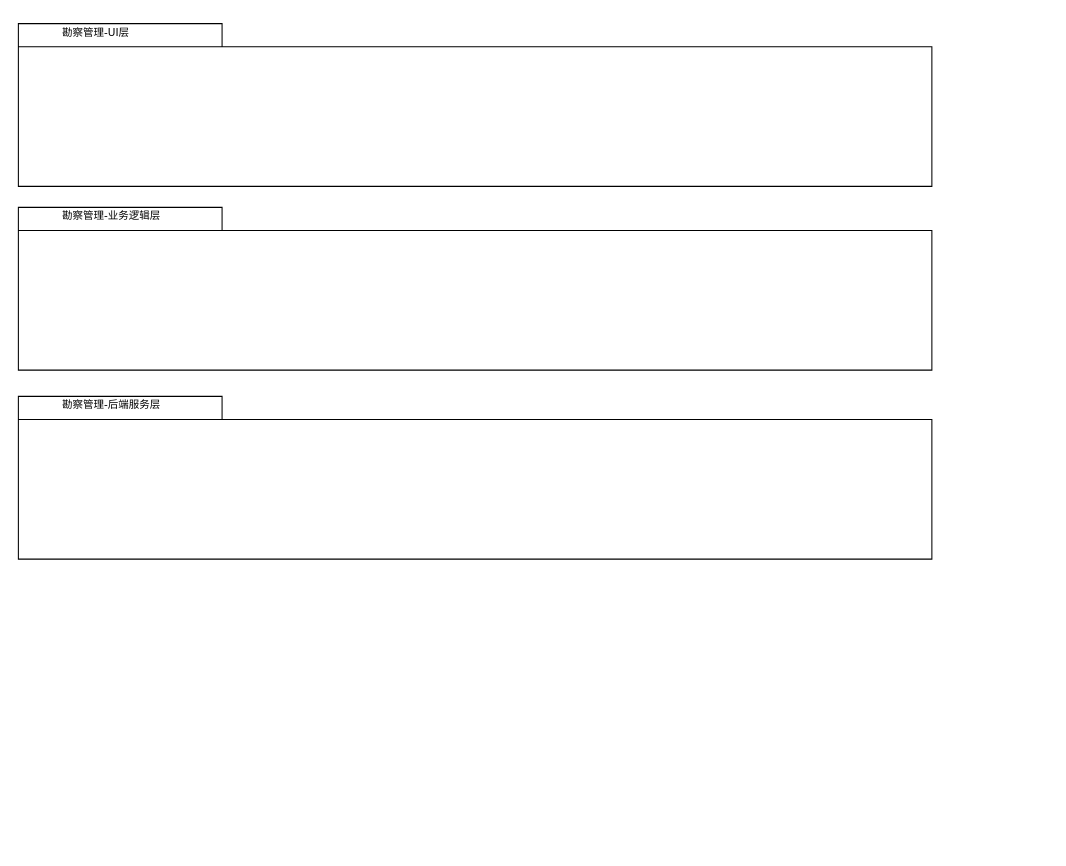
The draw.io diagram 勘察模块架构图.drawio in 2667014105/WaterVue, before the edit. Source tidied: cells renumbered, new cells numbered last; positions are measured from the earlier drawing's top-left corner, leaving out a move shared by most shapes. Both pictures are drawn from the tidied source at 105%, with x=0, y=0 at pixel (18, 23).
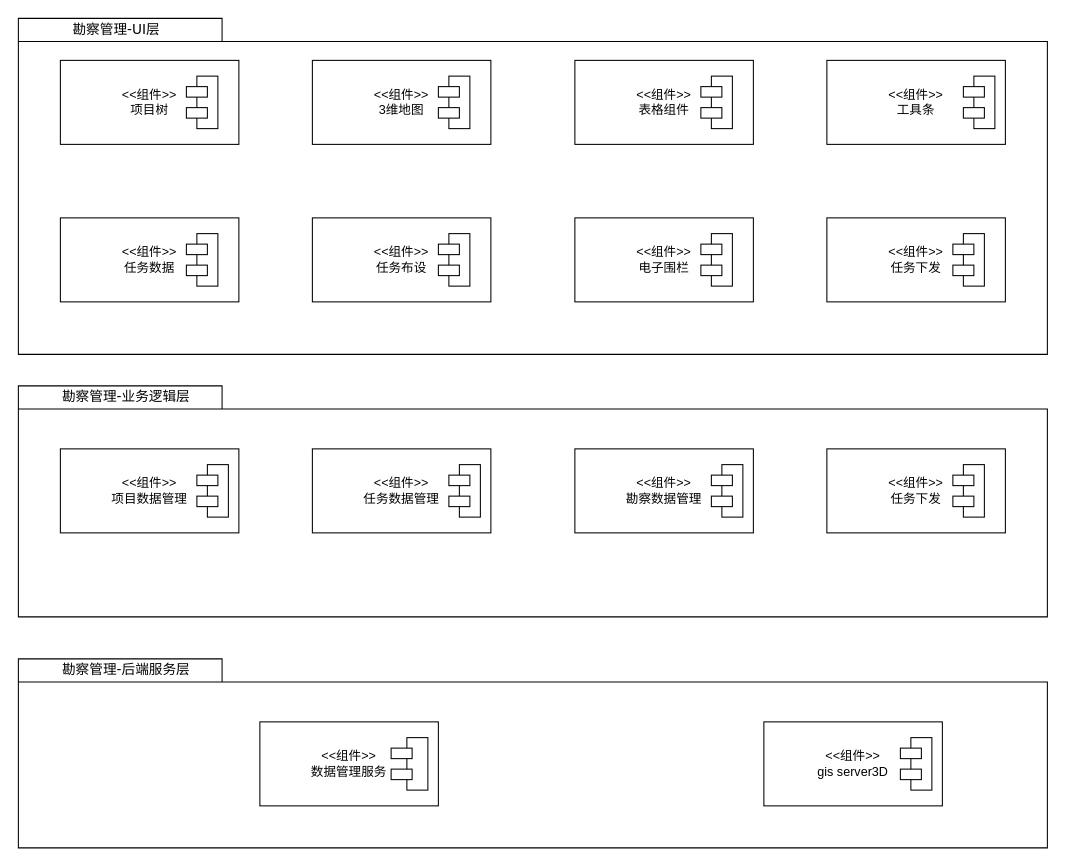
After the change.

Commit message:
更新勘察模块架构图.drawio

Change to the diagram source:
```diff
@@
-    <mxCell id="2" style="shape=folder;fontStyle=1;spacingTop=10;tabWidth=194;tabHeight=22;tabPosition=left;html=1;rounded=0;shadow=0;comic=0;labelBackgroundColor=none;strokeWidth=1;fillColor=none;fontFamily=Verdana;fontSize=10;align=center;" parent="1" vertex="1">
-      <mxGeometry width="870" height="155" as="geometry" />
+    <mxCell id="2" style="shape=folder;fontStyle=1;spacingTop=10;tabWidth=194;tabHeight=22;tabPosition=left;html=1;rounded=0;shadow=0;comic=0;labelBackgroundColor=none;strokeWidth=1;fillColor=none;fontFamily=Verdana;fontSize=10;align=center;perimeterSpacing=1;" parent="1" vertex="1">
+      <mxGeometry y="345" width="980" height="220" as="geometry" />
     </mxCell>
-    <mxCell id="3" value="勘察管理-UI层" style="text;html=1;align=left;verticalAlign=top;spacingTop=-4;fontSize=10;fontFamily=Verdana;" parent="1" vertex="1">
-      <mxGeometry x="40" width="130" height="20" as="geometry" />
+    <mxCell id="3" value="勘察管理-UI层" style="text;html=1;align=left;verticalAlign=top;spacingTop=-4;fontSize=13;fontFamily=Verdana;strokeWidth=3;" parent="1" vertex="1">
+      <mxGeometry x="50" y="-5" width="130" height="20" as="geometry" />
     </mxCell>
-    <mxCell id="4" style="shape=folder;fontStyle=1;spacingTop=10;tabWidth=194;tabHeight=22;tabPosition=left;html=1;rounded=0;shadow=0;comic=0;labelBackgroundColor=none;strokeWidth=1;fillColor=none;fontFamily=Verdana;fontSize=10;align=center;" parent="1" vertex="1">
-      <mxGeometry y="175" width="870" height="155" as="geometry" />
-    </mxCell>
-    <mxCell id="5" value="勘察管理-业务逻辑层" style="text;html=1;align=left;verticalAlign=top;spacingTop=-4;fontSize=10;fontFamily=Verdana;" parent="1" vertex="1">
-      <mxGeometry x="40" y="175" width="130" height="20" as="geometry" />
+    <mxCell id="5" value="勘察管理-业务逻辑层" style="text;html=1;align=left;verticalAlign=top;spacingTop=-4;fontSize=13;fontFamily=Verdana;" parent="1" vertex="1">
+      <mxGeometry x="40" y="345" width="130" height="20" as="geometry" />
     </mxCell>
-    <mxCell id="6" style="shape=folder;fontStyle=1;spacingTop=10;tabWidth=194;tabHeight=22;tabPosition=left;html=1;rounded=0;shadow=0;comic=0;labelBackgroundColor=none;strokeWidth=1;fillColor=none;fontFamily=Verdana;fontSize=10;align=center;" parent="1" vertex="1">
-      <mxGeometry y="355" width="870" height="155" as="geometry" />
-    </mxCell>
-    <mxCell id="7" value="勘察管理-后端服务层" style="text;html=1;align=left;verticalAlign=top;spacingTop=-4;fontSize=10;fontFamily=Verdana;" parent="1" vertex="1">
-      <mxGeometry x="40" y="355" width="130" height="20" as="geometry" />
+    <mxCell id="7" value="勘察管理-后端服务层" style="text;html=1;align=left;verticalAlign=top;spacingTop=-4;fontSize=13;fontFamily=Verdana;" parent="1" vertex="1">
+      <mxGeometry x="40" y="605" width="130" height="20" as="geometry" />
     </mxCell>
+    <mxCell id="8" value="&amp;lt;&amp;lt;组件&amp;gt;&amp;gt;&lt;div&gt;项目树&lt;/div&gt;" style="rounded=0;whiteSpace=wrap;html=1;" parent="1" vertex="1">
+      <mxGeometry x="40" y="35" width="170" height="80" as="geometry" />
+    </mxCell>
+    <mxCell id="9" style="rounded=0;whiteSpace=wrap;html=1;" parent="1" vertex="1">
+      <mxGeometry x="170" y="50" width="20" height="50" as="geometry" />
+    </mxCell>
+    <mxCell id="10" style="rounded=0;whiteSpace=wrap;html=1;" parent="1" vertex="1">
+      <mxGeometry x="160" y="60" width="20" height="10" as="geometry" />
+    </mxCell>
+    <mxCell id="11" style="rounded=0;whiteSpace=wrap;html=1;" parent="1" vertex="1">
+      <mxGeometry x="160" y="80" width="20" height="10" as="geometry" />
+    </mxCell>
+    <mxCell id="12" value="&amp;lt;&amp;lt;组件&amp;gt;&amp;gt;&lt;div&gt;3维地图&lt;/div&gt;" style="rounded=0;whiteSpace=wrap;html=1;" parent="1" vertex="1">
+      <mxGeometry x="280" y="35" width="170" height="80" as="geometry" />
+    </mxCell>
+    <mxCell id="13" style="rounded=0;whiteSpace=wrap;html=1;" parent="1" vertex="1">
+      <mxGeometry x="410" y="50" width="20" height="50" as="geometry" />
+    </mxCell>
+    <mxCell id="14" style="rounded=0;whiteSpace=wrap;html=1;" parent="1" vertex="1">
+      <mxGeometry x="400" y="60" width="20" height="10" as="geometry" />
+    </mxCell>
+    <mxCell id="15" style="rounded=0;whiteSpace=wrap;html=1;" parent="1" vertex="1">
+      <mxGeometry x="400" y="80" width="20" height="10" as="geometry" />
+    </mxCell>
+    <mxCell id="16" value="&amp;lt;&amp;lt;组件&amp;gt;&amp;gt;&lt;div&gt;表格组件&lt;/div&gt;" style="rounded=0;whiteSpace=wrap;html=1;" parent="1" vertex="1">
+      <mxGeometry x="530" y="35" width="170" height="80" as="geometry" />
+    </mxCell>
+    <mxCell id="17" style="rounded=0;whiteSpace=wrap;html=1;" parent="1" vertex="1">
+      <mxGeometry x="660" y="50" width="20" height="50" as="geometry" />
+    </mxCell>
+    <mxCell id="18" style="rounded=0;whiteSpace=wrap;html=1;" parent="1" vertex="1">
+      <mxGeometry x="650" y="60" width="20" height="10" as="geometry" />
+    </mxCell>
+    <mxCell id="19" style="rounded=0;whiteSpace=wrap;html=1;" parent="1" vertex="1">
+      <mxGeometry x="650" y="80" width="20" height="10" as="geometry" />
+    </mxCell>
+    <mxCell id="20" value="&amp;lt;&amp;lt;组件&amp;gt;&amp;gt;&lt;div&gt;工具条&lt;/div&gt;" style="rounded=0;whiteSpace=wrap;html=1;" parent="1" vertex="1">
+      <mxGeometry x="770" y="35" width="170" height="80" as="geometry" />
+    </mxCell>
+    <mxCell id="21" style="rounded=0;whiteSpace=wrap;html=1;" parent="1" vertex="1">
+      <mxGeometry x="910" y="50" width="20" height="50" as="geometry" />
+    </mxCell>
+    <mxCell id="22" style="rounded=0;whiteSpace=wrap;html=1;" parent="1" vertex="1">
+      <mxGeometry x="900" y="60" width="20" height="10" as="geometry" />
+    </mxCell>
+    <mxCell id="23" style="rounded=0;whiteSpace=wrap;html=1;" parent="1" vertex="1">
+      <mxGeometry x="900" y="80" width="20" height="10" as="geometry" />
+    </mxCell>
+    <mxCell id="24" style="shape=folder;fontStyle=1;spacingTop=10;tabWidth=194;tabHeight=22;tabPosition=left;html=1;rounded=0;shadow=0;comic=0;labelBackgroundColor=none;strokeWidth=1;fillColor=none;fontFamily=Verdana;fontSize=10;align=center;perimeterSpacing=1;" parent="1" vertex="1">
+      <mxGeometry y="-5" width="980" height="320" as="geometry" />
+    </mxCell>
+    <mxCell id="25" style="shape=folder;fontStyle=1;spacingTop=10;tabWidth=194;tabHeight=22;tabPosition=left;html=1;rounded=0;shadow=0;comic=0;labelBackgroundColor=none;strokeWidth=1;fillColor=none;fontFamily=Verdana;fontSize=10;align=center;perimeterSpacing=1;" parent="1" vertex="1">
+      <mxGeometry y="605" width="980" height="180" as="geometry" />
+    </mxCell>
+    <mxCell id="26" value="&amp;lt;&amp;lt;组件&amp;gt;&amp;gt;&lt;div&gt;任务数据&lt;/div&gt;" style="rounded=0;whiteSpace=wrap;html=1;" parent="1" vertex="1">
+      <mxGeometry x="40" y="185" width="170" height="80" as="geometry" />
+    </mxCell>
+    <mxCell id="27" style="rounded=0;whiteSpace=wrap;html=1;" parent="1" vertex="1">
+      <mxGeometry x="170" y="200" width="20" height="50" as="geometry" />
+    </mxCell>
+    <mxCell id="28" style="rounded=0;whiteSpace=wrap;html=1;" parent="1" vertex="1">
+      <mxGeometry x="160" y="210" width="20" height="10" as="geometry" />
+    </mxCell>
+    <mxCell id="29" style="rounded=0;whiteSpace=wrap;html=1;" parent="1" vertex="1">
+      <mxGeometry x="160" y="230" width="20" height="10" as="geometry" />
+    </mxCell>
+    <mxCell id="30" value="&amp;lt;&amp;lt;组件&amp;gt;&amp;gt;&lt;div&gt;任务布设&lt;/div&gt;" style="rounded=0;whiteSpace=wrap;html=1;" parent="1" vertex="1">
+      <mxGeometry x="280" y="185" width="170" height="80" as="geometry" />
+    </mxCell>
+    <mxCell id="31" style="rounded=0;whiteSpace=wrap;html=1;" parent="1" vertex="1">
+      <mxGeometry x="410" y="200" width="20" height="50" as="geometry" />
+    </mxCell>
+    <mxCell id="32" style="rounded=0;whiteSpace=wrap;html=1;" parent="1" vertex="1">
+      <mxGeometry x="400" y="210" width="20" height="10" as="geometry" />
+    </mxCell>
+    <mxCell id="33" style="rounded=0;whiteSpace=wrap;html=1;" parent="1" vertex="1">
+      <mxGeometry x="400" y="230" width="20" height="10" as="geometry" />
+    </mxCell>
+    <mxCell id="34" value="&amp;lt;&amp;lt;组件&amp;gt;&amp;gt;&lt;div&gt;电子围栏&lt;/div&gt;" style="rounded=0;whiteSpace=wrap;html=1;" parent="1" vertex="1">
+      <mxGeometry x="530" y="185" width="170" height="80" as="geometry" />
+    </mxCell>
+    <mxCell id="35" style="rounded=0;whiteSpace=wrap;html=1;" parent="1" vertex="1">
+      <mxGeometry x="660" y="200" width="20" height="50" as="geometry" />
+    </mxCell>
+    <mxCell id="36" style="rounded=0;whiteSpace=wrap;html=1;" parent="1" vertex="1">
+      <mxGeometry x="650" y="210" width="20" height="10" as="geometry" />
+    </mxCell>
+    <mxCell id="37" style="rounded=0;whiteSpace=wrap;html=1;" parent="1" vertex="1">
+      <mxGeometry x="650" y="230" width="20" height="10" as="geometry" />
+    </mxCell>
+    <mxCell id="38" value="&amp;lt;&amp;lt;组件&amp;gt;&amp;gt;&lt;div&gt;任务下发&lt;/div&gt;" style="rounded=0;whiteSpace=wrap;html=1;" parent="1" vertex="1">
+      <mxGeometry x="770" y="185" width="170" height="80" as="geometry" />
+    </mxCell>
+    <mxCell id="39" style="rounded=0;whiteSpace=wrap;html=1;" parent="1" vertex="1">
+      <mxGeometry x="900" y="200" width="20" height="50" as="geometry" />
+    </mxCell>
+    <mxCell id="40" style="rounded=0;whiteSpace=wrap;html=1;" parent="1" vertex="1">
+      <mxGeometry x="890" y="210" width="20" height="10" as="geometry" />
+    </mxCell>
+    <mxCell id="41" style="rounded=0;whiteSpace=wrap;html=1;" parent="1" vertex="1">
+      <mxGeometry x="890" y="230" width="20" height="10" as="geometry" />
+    </mxCell>
+    <mxCell id="42" value="&amp;lt;&amp;lt;组件&amp;gt;&amp;gt;&lt;div&gt;项目数据管理&lt;/div&gt;" style="rounded=0;whiteSpace=wrap;html=1;" parent="1" vertex="1">
+      <mxGeometry x="40" y="405" width="170" height="80" as="geometry" />
+    </mxCell>
+    <mxCell id="43" style="rounded=0;whiteSpace=wrap;html=1;" parent="1" vertex="1">
+      <mxGeometry x="180" y="420" width="20" height="50" as="geometry" />
+    </mxCell>
+    <mxCell id="44" style="rounded=0;whiteSpace=wrap;html=1;" parent="1" vertex="1">
+      <mxGeometry x="170" y="430" width="20" height="10" as="geometry" />
+    </mxCell>
+    <mxCell id="45" style="rounded=0;whiteSpace=wrap;html=1;" parent="1" vertex="1">
+      <mxGeometry x="170" y="450" width="20" height="10" as="geometry" />
+    </mxCell>
+    <mxCell id="46" value="&amp;lt;&amp;lt;组件&amp;gt;&amp;gt;&lt;div&gt;任务数据管理&lt;/div&gt;" style="rounded=0;whiteSpace=wrap;html=1;" parent="1" vertex="1">
+      <mxGeometry x="280" y="405" width="170" height="80" as="geometry" />
+    </mxCell>
+    <mxCell id="47" style="rounded=0;whiteSpace=wrap;html=1;" parent="1" vertex="1">
+      <mxGeometry x="420" y="420" width="20" height="50" as="geometry" />
+    </mxCell>
+    <mxCell id="48" style="rounded=0;whiteSpace=wrap;html=1;" parent="1" vertex="1">
+      <mxGeometry x="410" y="430" width="20" height="10" as="geometry" />
+    </mxCell>
+    <mxCell id="49" style="rounded=0;whiteSpace=wrap;html=1;" parent="1" vertex="1">
+      <mxGeometry x="410" y="450" width="20" height="10" as="geometry" />
+    </mxCell>
+    <mxCell id="50" value="&amp;lt;&amp;lt;组件&amp;gt;&amp;gt;&lt;div&gt;勘察数据管理&lt;/div&gt;" style="rounded=0;whiteSpace=wrap;html=1;" parent="1" vertex="1">
+      <mxGeometry x="530" y="405" width="170" height="80" as="geometry" />
+    </mxCell>
+    <mxCell id="51" style="rounded=0;whiteSpace=wrap;html=1;" parent="1" vertex="1">
+      <mxGeometry x="670" y="420" width="20" height="50" as="geometry" />
+    </mxCell>
+    <mxCell id="52" style="rounded=0;whiteSpace=wrap;html=1;" parent="1" vertex="1">
+      <mxGeometry x="660" y="430" width="20" height="10" as="geometry" />
+    </mxCell>
+    <mxCell id="53" style="rounded=0;whiteSpace=wrap;html=1;" parent="1" vertex="1">
+      <mxGeometry x="660" y="450" width="20" height="10" as="geometry" />
+    </mxCell>
+    <mxCell id="54" value="&amp;lt;&amp;lt;组件&amp;gt;&amp;gt;&lt;div&gt;任务下发&lt;/div&gt;" style="rounded=0;whiteSpace=wrap;html=1;" parent="1" vertex="1">
+      <mxGeometry x="770" y="405" width="170" height="80" as="geometry" />
+    </mxCell>
+    <mxCell id="55" style="rounded=0;whiteSpace=wrap;html=1;" parent="1" vertex="1">
+      <mxGeometry x="900" y="420" width="20" height="50" as="geometry" />
+    </mxCell>
+    <mxCell id="56" style="rounded=0;whiteSpace=wrap;html=1;" parent="1" vertex="1">
+      <mxGeometry x="890" y="430" width="20" height="10" as="geometry" />
+    </mxCell>
+    <mxCell id="57" style="rounded=0;whiteSpace=wrap;html=1;" parent="1" vertex="1">
+      <mxGeometry x="890" y="450" width="20" height="10" as="geometry" />
+    </mxCell>
+    <mxCell id="58" value="&amp;lt;&amp;lt;组件&amp;gt;&amp;gt;&lt;div&gt;数据管理服务&lt;/div&gt;" style="rounded=0;whiteSpace=wrap;html=1;" parent="1" vertex="1">
+      <mxGeometry x="230" y="665" width="170" height="80" as="geometry" />
+    </mxCell>
+    <mxCell id="59" style="rounded=0;whiteSpace=wrap;html=1;" parent="1" vertex="1">
+      <mxGeometry x="370" y="680" width="20" height="50" as="geometry" />
+    </mxCell>
+    <mxCell id="60" style="rounded=0;whiteSpace=wrap;html=1;" parent="1" vertex="1">
+      <mxGeometry x="355" y="690" width="20" height="10" as="geometry" />
+    </mxCell>
+    <mxCell id="61" style="rounded=0;whiteSpace=wrap;html=1;" parent="1" vertex="1">
+      <mxGeometry x="355" y="710" width="20" height="10" as="geometry" />
+    </mxCell>
+    <mxCell id="62" value="&amp;lt;&amp;lt;组件&amp;gt;&amp;gt;&lt;div&gt;gis server3D&lt;/div&gt;" style="rounded=0;whiteSpace=wrap;html=1;" parent="1" vertex="1">
+      <mxGeometry x="710" y="665" width="170" height="80" as="geometry" />
+    </mxCell>
+    <mxCell id="63" style="rounded=0;whiteSpace=wrap;html=1;" parent="1" vertex="1">
+      <mxGeometry x="850" y="680" width="20" height="50" as="geometry" />
+    </mxCell>
+    <mxCell id="64" style="rounded=0;whiteSpace=wrap;html=1;" parent="1" vertex="1">
+      <mxGeometry x="840" y="690" width="20" height="10" as="geometry" />
+    </mxCell>
+    <mxCell id="65" style="rounded=0;whiteSpace=wrap;html=1;" parent="1" vertex="1">
+      <mxGeometry x="840" y="710" width="20" height="10" as="geometry" />
+    </mxCell>
```
